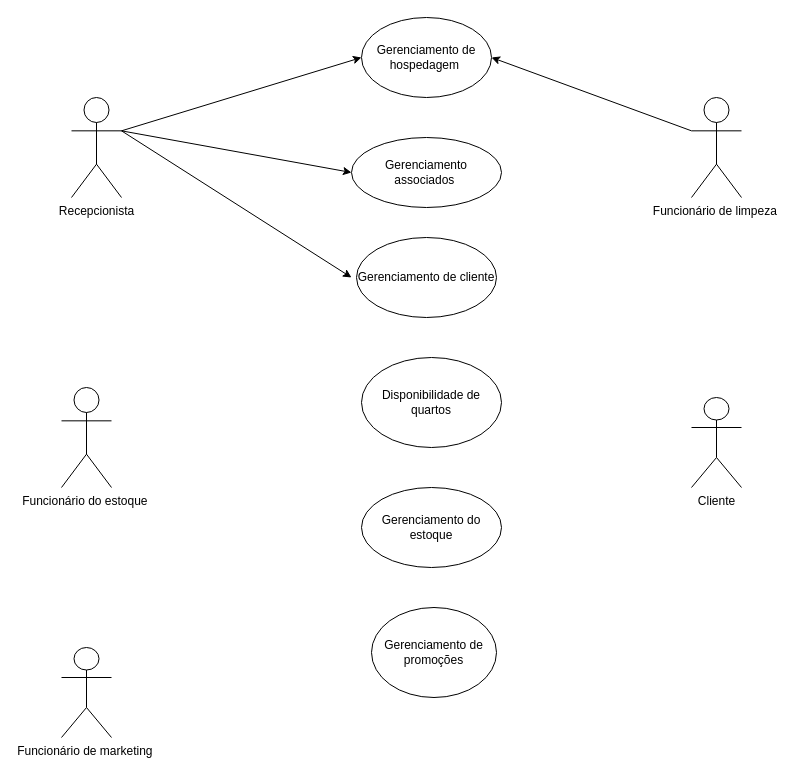
The draw.io diagram page "Página-4" (4 of 4) of aula01.drawio in Brandaoc/diagramasderequisitos, before the edit. Source tidied: cells renumbered, new cells numbered last; positions are measured from the earlier drawing's top-left corner, leaving out a move shared by most shapes. Both pictures are drawn from the tidied source at 100%, with x=0, y=0 at pixel (61, 17).
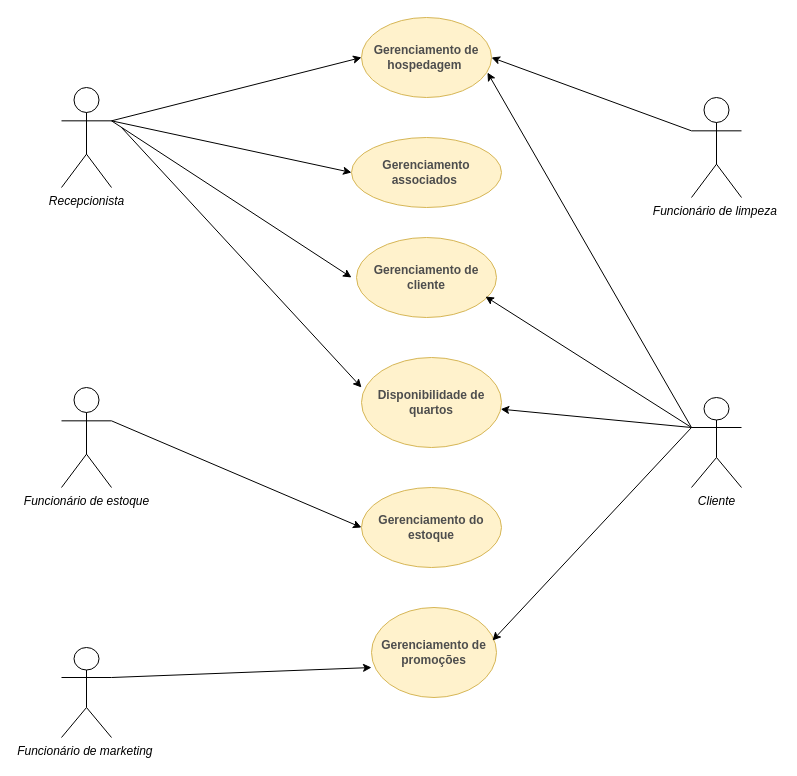
The same page after the edit.

Change to the diagram source:
```diff
@@
-    <mxCell id="2" value="Recepcionista" style="shape=umlActor;verticalLabelPosition=bottom;verticalAlign=top;html=1;outlineConnect=0;" parent="1" vertex="1">
-      <mxGeometry x="10" y="80" width="50" height="100" as="geometry" />
+    <mxCell id="2" value="&lt;i&gt;Recepcionista&lt;/i&gt;" style="shape=umlActor;verticalLabelPosition=bottom;verticalAlign=top;html=1;outlineConnect=0;" parent="1" vertex="1">
+      <mxGeometry y="70" width="50" height="100" as="geometry" />
     </mxCell>
-    <mxCell id="3" value="Funcionário do estoque&amp;nbsp;" style="shape=umlActor;verticalLabelPosition=bottom;verticalAlign=top;html=1;outlineConnect=0;" parent="1" vertex="1">
+    <mxCell id="3" value="&lt;i&gt;Funcionário de estoque&lt;/i&gt;" style="shape=umlActor;verticalLabelPosition=bottom;verticalAlign=top;html=1;outlineConnect=0;" parent="1" vertex="1">
       <mxGeometry y="370" width="50" height="100" as="geometry" />
     </mxCell>
-    <mxCell id="4" value="Gerenciamento de hospedagem&amp;nbsp;" style="ellipse;whiteSpace=wrap;html=1;" parent="1" vertex="1">
+    <mxCell id="4" value="&lt;b&gt;&lt;font style=&quot;color: rgb(77, 77, 77);&quot;&gt;Gerenciamento de hospedagem&amp;nbsp;&lt;/font&gt;&lt;/b&gt;" style="ellipse;whiteSpace=wrap;html=1;fillColor=#fff2cc;strokeColor=#d6b656;" parent="1" vertex="1">
       <mxGeometry x="300" width="130" height="80" as="geometry" />
     </mxCell>
@@
-    <mxCell id="7" value="Funcionário de limpeza&amp;nbsp;" style="shape=umlActor;verticalLabelPosition=bottom;verticalAlign=top;html=1;outlineConnect=0;" parent="1" vertex="1">
+    <mxCell id="7" value="&lt;i&gt;Funcionário de limpeza&amp;nbsp;&lt;/i&gt;" style="shape=umlActor;verticalLabelPosition=bottom;verticalAlign=top;html=1;outlineConnect=0;" parent="1" vertex="1">
       <mxGeometry x="630" y="80" width="50" height="100" as="geometry" />
     </mxCell>
-    <mxCell id="8" value="Gerenciamento associados&amp;nbsp;" style="ellipse;whiteSpace=wrap;html=1;" parent="1" vertex="1">
+    <mxCell id="8" value="&lt;b&gt;&lt;font style=&quot;color: rgb(77, 77, 77);&quot;&gt;Gerenciamento associados&amp;nbsp;&lt;/font&gt;&lt;/b&gt;" style="ellipse;whiteSpace=wrap;html=1;fillColor=#fff2cc;strokeColor=#d6b656;" parent="1" vertex="1">
       <mxGeometry x="290" y="120" width="150" height="70" as="geometry" />
     </mxCell>
@@
-    <mxCell id="10" value="Gerenciamento de cliente" style="ellipse;whiteSpace=wrap;html=1;" parent="1" vertex="1">
+    <mxCell id="10" value="&lt;b&gt;&lt;font style=&quot;color: rgb(77, 77, 77);&quot;&gt;Gerenciamento de cliente&lt;/font&gt;&lt;/b&gt;" style="ellipse;whiteSpace=wrap;html=1;fillColor=#fff2cc;strokeColor=#d6b656;" parent="1" vertex="1">
       <mxGeometry x="295" y="220" width="140" height="80" as="geometry" />
     </mxCell>
-    <mxCell id="11" value="Cliente" style="shape=umlActor;verticalLabelPosition=bottom;verticalAlign=top;html=1;outlineConnect=0;" parent="1" vertex="1">
+    <mxCell id="11" value="&lt;i&gt;Cliente&lt;/i&gt;" style="shape=umlActor;verticalLabelPosition=bottom;verticalAlign=top;html=1;outlineConnect=0;" parent="1" vertex="1">
       <mxGeometry x="630" y="380" width="50" height="90" as="geometry" />
     </mxCell>
-    <mxCell id="12" value="Disponibilidade de quartos" style="ellipse;whiteSpace=wrap;html=1;" parent="1" vertex="1">
+    <mxCell id="12" value="&lt;b&gt;&lt;font style=&quot;color: rgb(77, 77, 77);&quot;&gt;Disponibilidade de quartos&lt;/font&gt;&lt;/b&gt;" style="ellipse;whiteSpace=wrap;html=1;fillColor=#fff2cc;strokeColor=#d6b656;" parent="1" vertex="1">
       <mxGeometry x="300" y="340" width="140" height="90" as="geometry" />
     </mxCell>
-    <mxCell id="13" value="Gerenciamento do estoque" style="ellipse;whiteSpace=wrap;html=1;" parent="1" vertex="1">
+    <mxCell id="13" value="&lt;font style=&quot;color: rgb(77, 77, 77);&quot;&gt;&lt;b&gt;Gerenciamento do estoque&lt;/b&gt;&lt;/font&gt;" style="ellipse;whiteSpace=wrap;html=1;fillColor=#fff2cc;strokeColor=#d6b656;" parent="1" vertex="1">
       <mxGeometry x="300" y="470" width="140" height="80" as="geometry" />
     </mxCell>
-    <mxCell id="14" value="Gerenciamento de promoções" style="ellipse;whiteSpace=wrap;html=1;" parent="1" vertex="1">
+    <mxCell id="14" value="&lt;font style=&quot;color: rgb(77, 77, 77);&quot;&gt;&lt;b&gt;Gerenciamento de promoções&lt;/b&gt;&lt;/font&gt;" style="ellipse;whiteSpace=wrap;html=1;fillColor=#fff2cc;strokeColor=#d6b656;" parent="1" vertex="1">
       <mxGeometry x="310" y="590" width="125" height="90" as="geometry" />
     </mxCell>
-    <mxCell id="15" value="Funcionário de marketing&amp;nbsp;" style="shape=umlActor;verticalLabelPosition=bottom;verticalAlign=top;html=1;outlineConnect=0;" parent="1" vertex="1">
+    <mxCell id="15" value="&lt;i&gt;Funcionário de marketing&amp;nbsp;&lt;/i&gt;" style="shape=umlActor;verticalLabelPosition=bottom;verticalAlign=top;html=1;outlineConnect=0;" parent="1" vertex="1">
       <mxGeometry y="630" width="50" height="90" as="geometry" />
     </mxCell>
@@
+    <mxCell id="17" style="endArrow=classic;html=1;rounded=0;entryX=0;entryY=0.667;entryDx=0;entryDy=0;entryPerimeter=0;exitX=1;exitY=0.3333333333333333;exitDx=0;exitDy=0;exitPerimeter=0;" parent="1" edge="1" source="15" target="14">
+      <mxGeometry relative="1" as="geometry" />
+    </mxCell>
+    <mxCell id="18" style="endArrow=classic;html=1;rounded=0;entryX=0;entryY=0.5;entryDx=0;entryDy=0;exitX=1;exitY=0.3333333333333333;exitDx=0;exitDy=0;exitPerimeter=0;" parent="1" edge="1" source="3" target="13">
+      <mxGeometry relative="1" as="geometry" />
+    </mxCell>
+    <mxCell id="19" style="endArrow=classic;html=1;rounded=0;entryX=0;entryY=0.333;entryDx=0;entryDy=0;entryPerimeter=0;" parent="1" edge="1" target="12">
+      <mxGeometry relative="1" as="geometry">
+        <mxPoint x="60" y="110" as="sourcePoint" />
+      </mxGeometry>
+    </mxCell>
+    <mxCell id="20" style="endArrow=classic;html=1;rounded=0;entryX=0.969;entryY=0.688;entryDx=0;entryDy=0;entryPerimeter=0;exitX=0;exitY=0.3333333333333333;exitDx=0;exitDy=0;exitPerimeter=0;" parent="1" edge="1" source="11" target="4">
+      <mxGeometry relative="1" as="geometry" />
+    </mxCell>
+    <mxCell id="21" style="endArrow=classic;html=1;rounded=0;entryX=0.921;entryY=0.738;entryDx=0;entryDy=0;entryPerimeter=0;" parent="1" edge="1" target="10">
+      <mxGeometry relative="1" as="geometry">
+        <mxPoint x="630" y="410" as="sourcePoint" />
+      </mxGeometry>
+    </mxCell>
+    <mxCell id="22" style="endArrow=classic;html=1;rounded=0;" parent="1" edge="1" target="12">
+      <mxGeometry relative="1" as="geometry">
+        <mxPoint x="630" y="410" as="sourcePoint" />
+      </mxGeometry>
+    </mxCell>
+    <mxCell id="23" style="endArrow=classic;html=1;rounded=0;entryX=0.968;entryY=0.367;entryDx=0;entryDy=0;entryPerimeter=0;" parent="1" edge="1" target="14">
+      <mxGeometry relative="1" as="geometry">
+        <mxPoint x="630" y="410" as="sourcePoint" />
+      </mxGeometry>
+    </mxCell>
```
